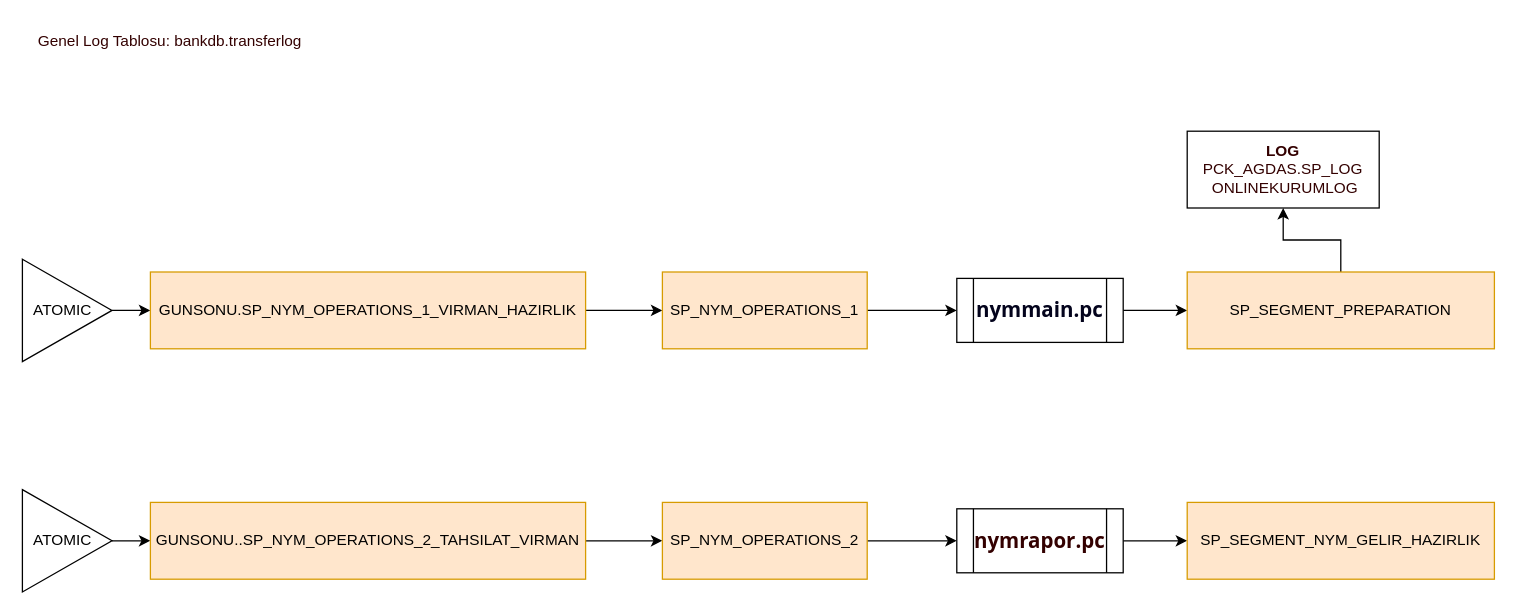
Earlier version of the draw.io diagram virman-steps.drawio (burakaydemir/diagrams). Source tidied: cells renumbered, new cells numbered last; positions are measured from the earlier drawing's top-left corner, leaving out a move shared by most shapes. Both pictures are drawn from the tidied source at 128%, with x=0, y=0 at pixel (22, 22).
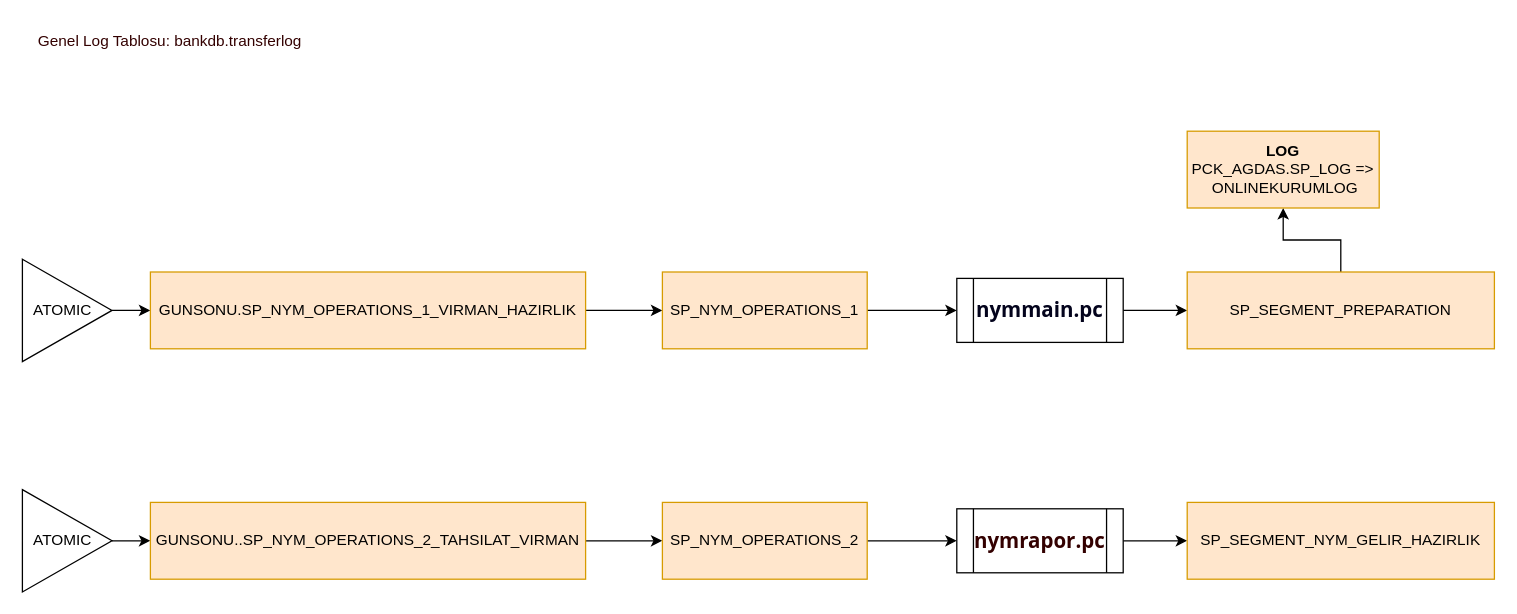
The same page after the edit.

Change to the diagram source:
```diff
@@
-    <mxCell id="22" value="&lt;b&gt;LOG&lt;/b&gt;&lt;br&gt;PCK_AGDAS.SP_LOG&lt;br&gt;&amp;nbsp;ONLINEKURUMLOG" style="rounded=0;whiteSpace=wrap;html=1;labelBackgroundColor=none;fontColor=#330000;" parent="1" vertex="1">
+    <mxCell id="22" value="&lt;b&gt;LOG&lt;/b&gt;&lt;br&gt;PCK_AGDAS.SP_LOG =&amp;gt;&lt;br&gt;&amp;nbsp;ONLINEKURUMLOG" style="rounded=0;whiteSpace=wrap;html=1;labelBackgroundColor=none;fillColor=#ffe6cc;strokeColor=#d79b00;" parent="1" vertex="1">
       <mxGeometry x="910" y="85" width="150" height="60" as="geometry" />
     </mxCell>
```
